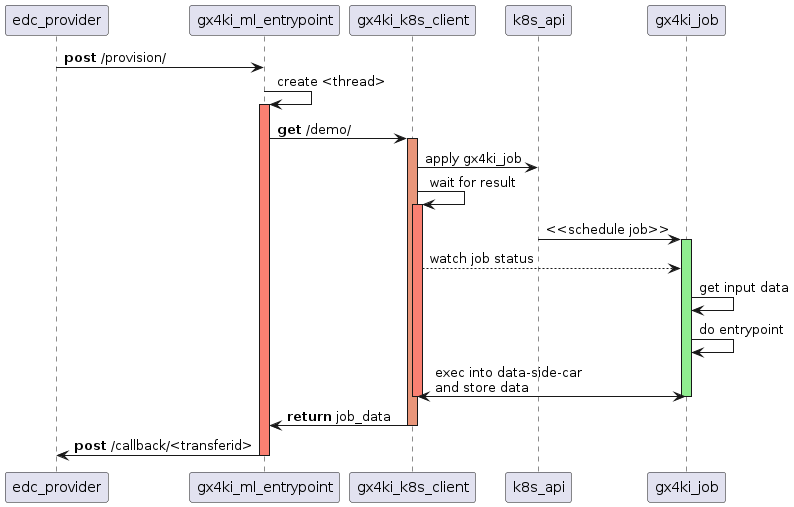
Before: docs/sq-overview-middlelayer.png, a diagram exported from PlantUML (reisman234/workflow-api). Its diagram source:
```plantuml
@startuml sq-overview-middlelayer

edc_provider -> gx4ki_ml_entrypoint: **post** /provision/

gx4ki_ml_entrypoint -> gx4ki_ml_entrypoint: create <thread>
activate gx4ki_ml_entrypoint #Salmon

gx4ki_ml_entrypoint -> gx4ki_k8s_client: **get** /demo/

activate gx4ki_k8s_client #DarkSalmon

gx4ki_k8s_client -> k8s_api: apply gx4ki_job

gx4ki_k8s_client -> gx4ki_k8s_client: wait for result
activate gx4ki_k8s_client #Salmon

k8s_api -> gx4ki_job: <<schedule job>>
activate gx4ki_job #LightGreen

gx4ki_k8s_client --> gx4ki_job: watch job status

gx4ki_job -> gx4ki_job: get input data
gx4ki_job -> gx4ki_job: do entrypoint


gx4ki_k8s_client <-> gx4ki_job : exec into data-side-car\nand store data
deactivate gx4ki_job
deactivate gx4ki_k8s_client

gx4ki_k8s_client -> gx4ki_ml_entrypoint: **return** job_data
deactivate gx4ki_k8s_client


gx4ki_ml_entrypoint -> edc_provider: **post** /callback/<transferid>
deactivate gx4ki_ml_entrypoint
@enduml
```
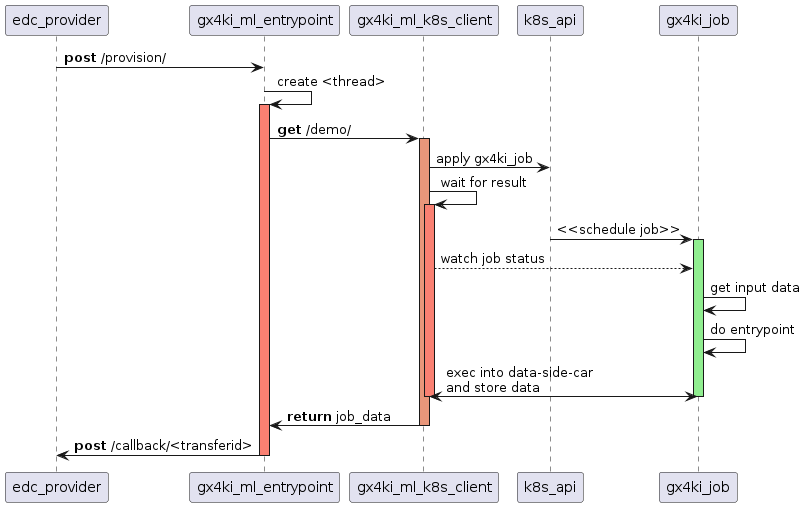
The same file after the commit.

Commit message:
update sequence diagram

Diff of the diagram source:
```diff
@@ -5,30 +5,30 @@
 gx4ki_ml_entrypoint -> gx4ki_ml_entrypoint: create <thread>
 activate gx4ki_ml_entrypoint #Salmon
 
-gx4ki_ml_entrypoint -> gx4ki_k8s_client: **get** /demo/
+gx4ki_ml_entrypoint -> gx4ki_ml_k8s_client: **get** /demo/
 
-activate gx4ki_k8s_client #DarkSalmon
+activate gx4ki_ml_k8s_client #DarkSalmon
 
-gx4ki_k8s_client -> k8s_api: apply gx4ki_job
+gx4ki_ml_k8s_client -> k8s_api: apply gx4ki_job
 
-gx4ki_k8s_client -> gx4ki_k8s_client: wait for result
-activate gx4ki_k8s_client #Salmon
+gx4ki_ml_k8s_client -> gx4ki_ml_k8s_client: wait for result
+activate gx4ki_ml_k8s_client #Salmon
 
 k8s_api -> gx4ki_job: <<schedule job>>
 activate gx4ki_job #LightGreen
 
-gx4ki_k8s_client --> gx4ki_job: watch job status
+gx4ki_ml_k8s_client --> gx4ki_job: watch job status
 
 gx4ki_job -> gx4ki_job: get input data
 gx4ki_job -> gx4ki_job: do entrypoint
 
 
-gx4ki_k8s_client <-> gx4ki_job : exec into data-side-car\nand store data
+gx4ki_ml_k8s_client <-> gx4ki_job : exec into data-side-car\nand store data
 deactivate gx4ki_job
-deactivate gx4ki_k8s_client
+deactivate gx4ki_ml_k8s_client
 
-gx4ki_k8s_client -> gx4ki_ml_entrypoint: **return** job_data
-deactivate gx4ki_k8s_client
+gx4ki_ml_k8s_client -> gx4ki_ml_entrypoint: **return** job_data
+deactivate gx4ki_ml_k8s_client
 
 
 gx4ki_ml_entrypoint -> edc_provider: **post** /callback/<transferid>
```
